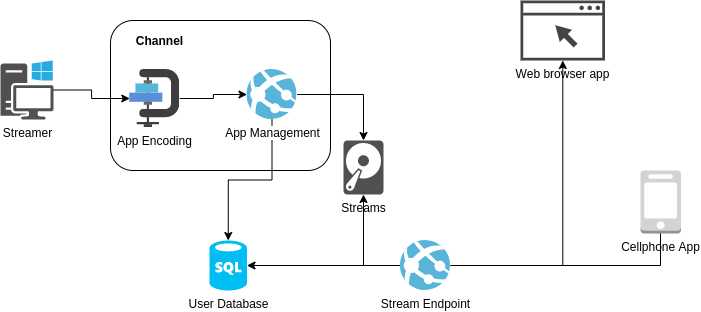
Above: docAssets/Arq-Streaming.png in Deecellar/Stream2U (draw.io), before the change. Source tidied: cells renumbered, new cells last; positions are measured from the earlier drawing's top-left corner, leaving out a move shared by most shapes.
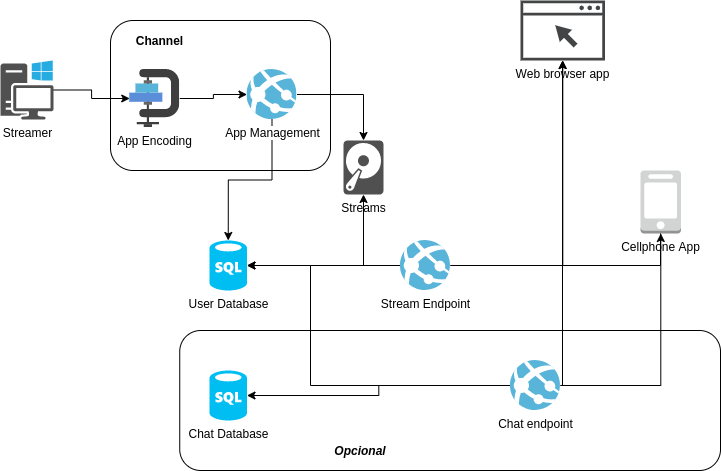
The same diagram one commit later.

Commit message:
More info on app

The edit, as a diff of the source:
```diff
@@ -2,6 +2,9 @@
   <root>
     <mxCell id="0" />
     <mxCell id="1" parent="0" />
+    <mxCell id="20" style="rounded=1;whiteSpace=wrap;html=1;" parent="1" vertex="1">
+      <mxGeometry x="179.2" y="330" width="540.8" height="140" as="geometry" />
+    </mxCell>
     <mxCell id="2" style="rounded=1;whiteSpace=wrap;html=1;" parent="1" vertex="1">
       <mxGeometry x="110" y="20" width="220" height="150" as="geometry" />
     </mxCell>
@@ -61,5 +64,35 @@
     <mxCell id="19" value="Channel" style="text;html=1;align=center;verticalAlign=middle;fontStyle=1;horizontal=1;" parent="1" vertex="1">
       <mxGeometry x="129.2" y="30" width="60" height="20" as="geometry" />
     </mxCell>
+    <mxCell id="21" value="Chat Database" style="verticalLabelPosition=bottom;html=1;verticalAlign=top;align=center;strokeColor=none;fillColor=#00BEF2;shape=mxgraph.azure.sql_database;" parent="1" vertex="1">
+      <mxGeometry x="209" y="370" width="37.5" height="50" as="geometry" />
+    </mxCell>
+    <mxCell id="22" style="edgeStyle=orthogonalEdgeStyle;rounded=0;jettySize=auto;html=1;entryX=1;entryY=0.5;entryDx=0;entryDy=0;entryPerimeter=0;" parent="1" edge="1" source="26" target="21">
+      <mxGeometry relative="1" as="geometry" />
+    </mxCell>
+    <mxCell id="23" style="edgeStyle=orthogonalEdgeStyle;rounded=0;jettySize=auto;html=1;" parent="1" edge="1" source="26" target="14">
+      <mxGeometry relative="1" as="geometry">
+        <Array as="points">
+          <mxPoint x="310" y="385" />
+          <mxPoint x="310" y="265" />
+        </Array>
+      </mxGeometry>
+    </mxCell>
+    <mxCell id="24" style="edgeStyle=orthogonalEdgeStyle;rounded=0;jettySize=auto;html=1;" parent="1" edge="1" source="26" target="5">
+      <mxGeometry relative="1" as="geometry">
+        <Array as="points">
+          <mxPoint x="562" y="385" />
+        </Array>
+      </mxGeometry>
+    </mxCell>
+    <mxCell id="25" style="edgeStyle=orthogonalEdgeStyle;rounded=0;jettySize=auto;html=1;" parent="1" edge="1" source="26" target="18">
+      <mxGeometry relative="1" as="geometry" />
+    </mxCell>
+    <mxCell id="26" value="Chat endpoint&lt;br&gt;" style="html=1;points=[];align=center;image;fontSize=12;image=img/lib/mscae/App_Services.svg;" parent="1" vertex="1">
+      <mxGeometry x="510" y="360" width="50" height="50" as="geometry" />
+    </mxCell>
+    <mxCell id="27" value="Opcional" style="text;html=1;strokeColor=none;fillColor=none;align=center;verticalAlign=middle;whiteSpace=wrap;rounded=0;fontStyle=3;" parent="1" vertex="1">
+      <mxGeometry x="340" y="440" width="40" height="20" as="geometry" />
+    </mxCell>
   </root>
 </mxGraphModel>
```
